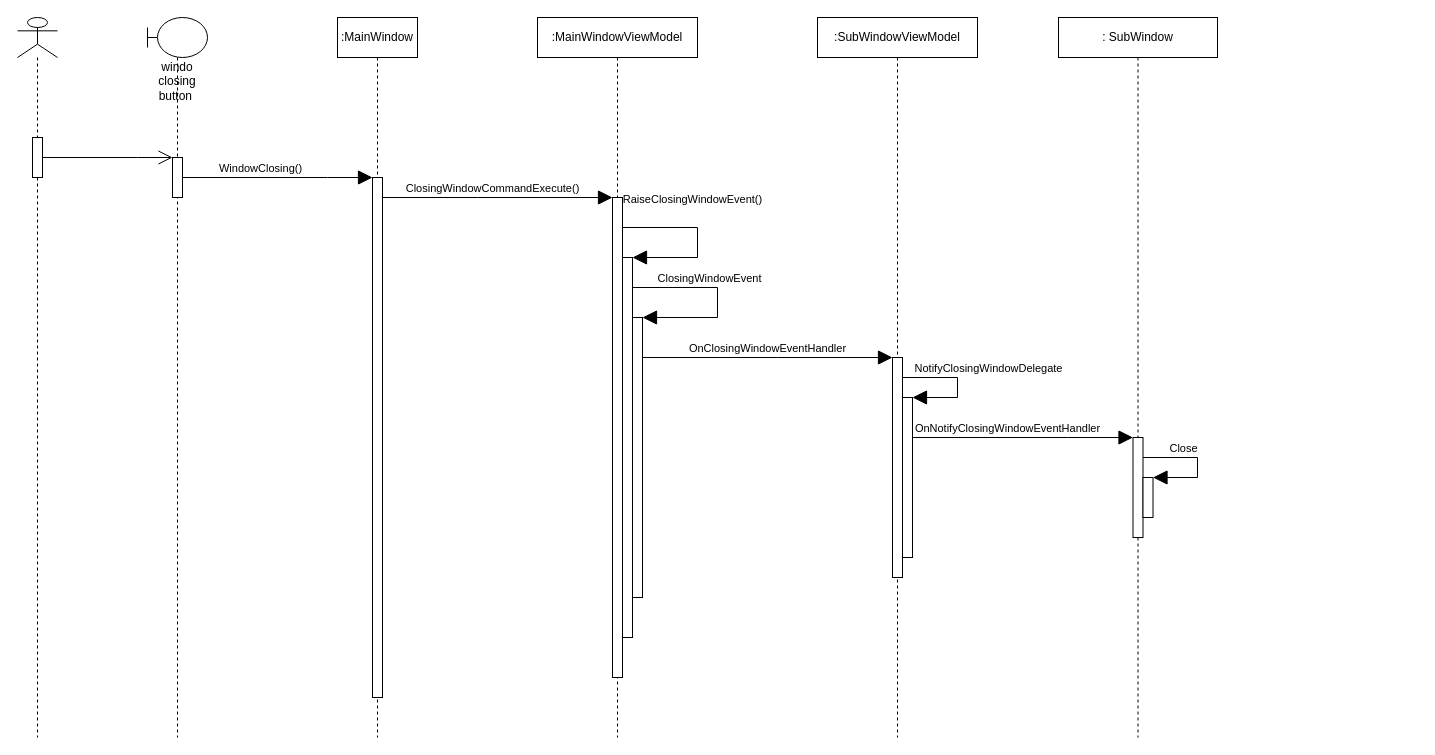
This is WPF_MultiWindow/doc/design_document.drawio from CountrySideEngineer/CsMySamples, a draw.io file, before an edit. Source tidied: cells renumbered, new cells numbered last; positions are measured from the earlier drawing's top-left corner, leaving out a move shared by most shapes. Both pictures are drawn from the tidied source at 100%, with x=0, y=0 at pixel (17, 17).
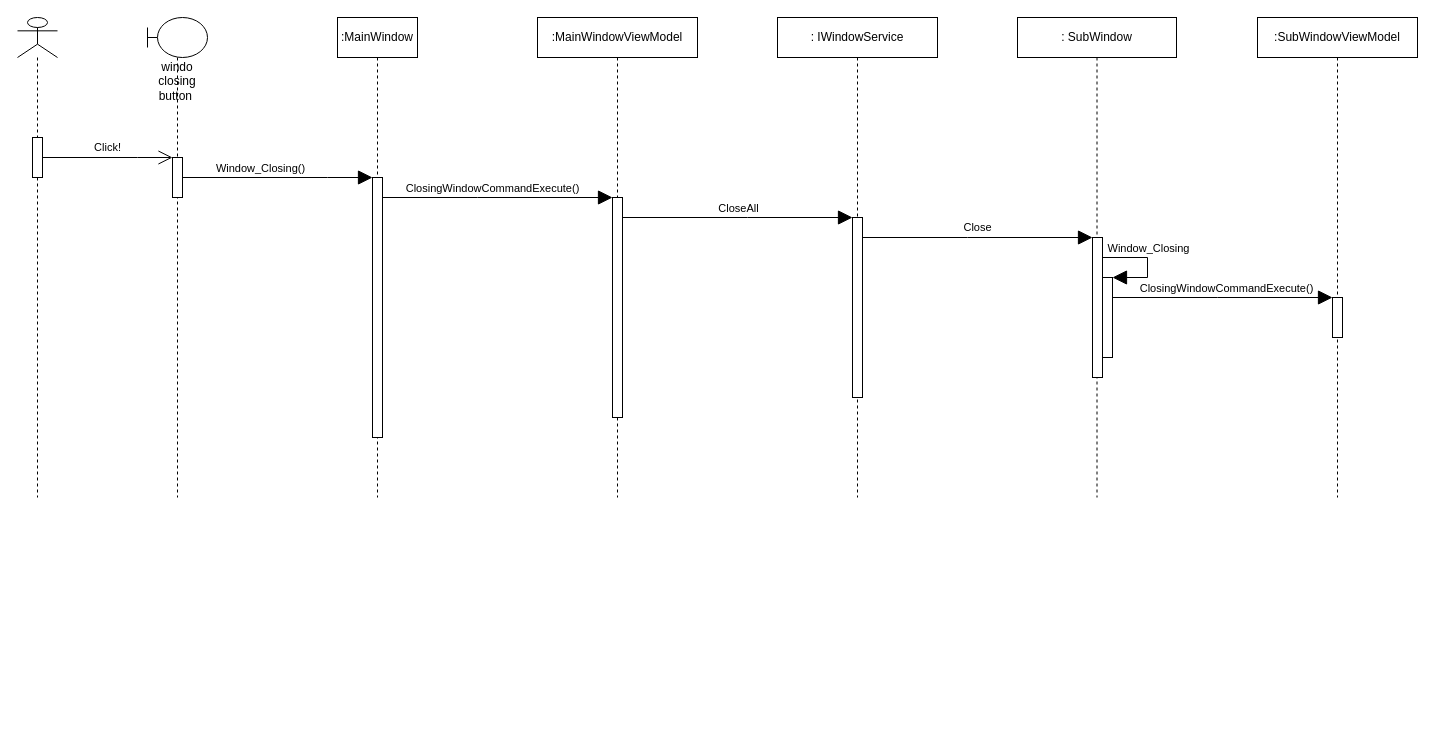
Above is the later version.

Commit message:
Update design document.

Unchanged cells that the change refers to:
```xml
<mxCell id="3" style="html=1;points=[];perimeter=orthogonalPerimeter;" parent="2" vertex="1">
  <mxGeometry x="15" y="120" width="10" height="40" as="geometry" />
</mxCell>
<mxCell id="5" style="html=1;points=[];perimeter=orthogonalPerimeter;" parent="4" vertex="1">
  <mxGeometry x="25" y="140" width="10" height="40" as="geometry" />
</mxCell>
<mxCell id="9" style="edgeStyle=orthogonalEdgeStyle;rounded=0;jettySize=auto;html=1;endArrow=block;endFill=1;endSize=12;" parent="1" edge="1" source="5" target="7">
  <mxGeometry relative="1" as="geometry">
    <Array as="points">
      <mxPoint x="310" y="160" />
      <mxPoint x="310" y="160" />
    </Array>
  </mxGeometry>
</mxCell>
```

Diff of the diagram source:
```diff
@@
     <mxCell id="2" style="shape=umlLifeline;participant=umlActor;perimeter=lifelinePerimeter;whiteSpace=wrap;html=1;verticalAlign=top;spacingTop=36;" parent="1" vertex="1">
-      <mxGeometry width="40" height="720" as="geometry" />
+      <mxGeometry width="40" height="480" as="geometry" />
     </mxCell>
@@
     <mxCell id="4" value="windo closing button&amp;nbsp;" style="shape=umlLifeline;participant=umlBoundary;perimeter=lifelinePerimeter;whiteSpace=wrap;html=1;verticalAlign=top;spacingTop=36;" parent="1" vertex="1">
-      <mxGeometry x="130" width="60" height="720" as="geometry" />
+      <mxGeometry x="130" width="60" height="480" as="geometry" />
     </mxCell>
@@
     <mxCell id="6" value=":MainWindow" style="shape=umlLifeline;perimeter=lifelinePerimeter;whiteSpace=wrap;html=1;" parent="1" vertex="1">
-      <mxGeometry x="320" width="80" height="720" as="geometry" />
+      <mxGeometry x="320" width="80" height="480" as="geometry" />
     </mxCell>
     <mxCell id="7" style="html=1;points=[];perimeter=orthogonalPerimeter;" parent="6" vertex="1">
-      <mxGeometry x="35" y="160" width="10" height="520" as="geometry" />
+      <mxGeometry x="35" y="160" width="10" height="260" as="geometry" />
     </mxCell>
-    <mxCell id="8" style="edgeStyle=orthogonalEdgeStyle;rounded=0;jettySize=auto;html=1;endArrow=open;endFill=0;endSize=12;" parent="1" edge="1" source="3" target="5">
-      <mxGeometry relative="1" as="geometry">
+    <mxCell id="8" value="Click!" style="edgeStyle=orthogonalEdgeStyle;rounded=0;jettySize=auto;html=1;endArrow=open;endFill=0;endSize=12;" parent="1" edge="1" source="3" target="5">
+      <mxGeometry y="10" relative="1" as="geometry">
         <Array as="points">
           <mxPoint x="120" y="140" />
           <mxPoint x="120" y="140" />
         </Array>
       </mxGeometry>
     </mxCell>
@@
-    <mxCell id="10" value="WindowClosing()" style="edgeLabel;html=1;align=center;verticalAlign=middle;" parent="9" vertex="1">
+    <mxCell id="10" value="Window_Closing()" style="edgeLabel;html=1;align=center;verticalAlign=middle;" parent="9" vertex="1">
       <mxGeometry x="-0.19" y="-1" relative="1" as="geometry">
         <mxPoint y="-11" as="offset" />
       </mxGeometry>
     </mxCell>
     <mxCell id="11" value=":MainWindowViewModel" style="shape=umlLifeline;perimeter=lifelinePerimeter;whiteSpace=wrap;html=1;" parent="1" vertex="1">
-      <mxGeometry x="520" width="160" height="720" as="geometry" />
+      <mxGeometry x="520" width="160" height="480" as="geometry" />
     </mxCell>
-    <mxCell id="12" style="edgeStyle=orthogonalEdgeStyle;rounded=0;jettySize=auto;html=1;endArrow=block;endFill=1;endSize=12;" parent="11" edge="1" source="14" target="15">
-      <mxGeometry relative="1" as="geometry">
-        <Array as="points">
-          <mxPoint x="180" y="270" />
-          <mxPoint x="180" y="300" />
-        </Array>
-      </mxGeometry>
-    </mxCell>
-    <mxCell id="13" value="ClosingWindowEvent" style="edgeLabel;html=1;align=center;verticalAlign=middle;" parent="12" vertex="1">
-      <mxGeometry x="-0.4" y="1" relative="1" as="geometry">
-        <mxPoint x="19" y="-9" as="offset" />
-      </mxGeometry>
-    </mxCell>
-    <mxCell id="14" style="html=1;points=[];perimeter=orthogonalPerimeter;" parent="11" vertex="1">
-      <mxGeometry x="85" y="240" width="10" height="380" as="geometry" />
-    </mxCell>
-    <mxCell id="15" style="html=1;points=[];perimeter=orthogonalPerimeter;" parent="11" vertex="1">
-      <mxGeometry x="95" y="300" width="10" height="280" as="geometry" />
-    </mxCell>
     <mxCell id="16" style="html=1;points=[];perimeter=orthogonalPerimeter;" parent="11" vertex="1">
-      <mxGeometry x="75" y="180" width="10" height="480" as="geometry" />
+      <mxGeometry x="75" y="180" width="10" height="220" as="geometry" />
     </mxCell>
-    <mxCell id="17" value="RaiseClosingWindowEvent()" style="edgeStyle=orthogonalEdgeStyle;rounded=0;jettySize=auto;html=1;endArrow=block;endFill=1;endSize=12;" parent="11" edge="1" source="16" target="14">
-      <mxGeometry x="-0.18" y="28" relative="1" as="geometry">
-        <Array as="points">
-          <mxPoint x="160" y="210" />
-          <mxPoint x="160" y="240" />
-        </Array>
-      </mxGeometry>
-    </mxCell>
@@
     <mxCell id="20" value=":SubWindowViewModel" style="shape=umlLifeline;perimeter=lifelinePerimeter;whiteSpace=wrap;html=1;" parent="1" vertex="1">
-      <mxGeometry x="800" width="160" height="720" as="geometry" />
+      <mxGeometry x="1240" width="160" height="480" as="geometry" />
     </mxCell>
-    <mxCell id="21" style="html=1;points=[];perimeter=orthogonalPerimeter;" parent="20" vertex="1">
-      <mxGeometry x="75" y="340" width="10" height="220" as="geometry" />
-    </mxCell>
-    <mxCell id="22" style="html=1;points=[];perimeter=orthogonalPerimeter;" parent="20" vertex="1">
-      <mxGeometry x="85" y="380" width="10" height="160" as="geometry" />
-    </mxCell>
-    <mxCell id="23" style="edgeStyle=orthogonalEdgeStyle;rounded=0;jettySize=auto;html=1;endArrow=block;endFill=1;endSize=12;" parent="20" edge="1" source="21" target="22">
-      <mxGeometry relative="1" as="geometry">
-        <Array as="points">
-          <mxPoint x="140" y="360" />
-          <mxPoint x="140" y="380" />
-        </Array>
-      </mxGeometry>
-    </mxCell>
-    <mxCell id="24" value="NotifyClosingWindowDelegate" style="edgeLabel;html=1;align=center;verticalAlign=middle;" parent="23" vertex="1">
-      <mxGeometry x="-0.33" relative="1" as="geometry">
-        <mxPoint x="45" y="-10" as="offset" />
-      </mxGeometry>
-    </mxCell>
-    <mxCell id="25" style="edgeStyle=orthogonalEdgeStyle;rounded=0;jettySize=auto;html=1;endArrow=block;endFill=1;endSize=12;" parent="1" edge="1" source="15" target="21">
-      <mxGeometry relative="1" as="geometry">
-        <Array as="points">
-          <mxPoint x="760" y="340" />
-          <mxPoint x="760" y="340" />
-        </Array>
-      </mxGeometry>
-    </mxCell>
-    <mxCell id="26" value="OnClosingWindowEventHandler" style="edgeLabel;html=1;align=center;verticalAlign=middle;" parent="25" vertex="1">
-      <mxGeometry x="-0.27" y="-2" relative="1" as="geometry">
-        <mxPoint x="33" y="-12" as="offset" />
-      </mxGeometry>
-    </mxCell>
+    <mxCell id="34" style="html=1;points=[];perimeter=orthogonalPerimeter;" parent="20" vertex="1">
+      <mxGeometry x="75" y="280" width="10" height="40" as="geometry" />
+    </mxCell>
     <mxCell id="27" value=": SubWindow" style="shape=umlLifeline;perimeter=lifelinePerimeter;whiteSpace=wrap;html=1;" parent="1" vertex="1">
-      <mxGeometry x="1041" width="159" height="720" as="geometry" />
+      <mxGeometry x="1000" width="159" height="480" as="geometry" />
     </mxCell>
-    <mxCell id="28" style="edgeStyle=orthogonalEdgeStyle;rounded=0;jettySize=auto;html=1;endArrow=block;endFill=1;endSize=12;" parent="27" edge="1" source="30" target="31">
-      <mxGeometry relative="1" as="geometry">
-        <Array as="points">
-          <mxPoint x="139" y="440" />
-          <mxPoint x="139" y="460" />
-        </Array>
-      </mxGeometry>
-    </mxCell>
+    <mxCell id="35" style="edgeStyle=orthogonalEdgeStyle;rounded=0;jettySize=auto;html=1;endArrow=block;endFill=1;endSize=12;" parent="27" edge="1" source="37" target="38">
+      <mxGeometry relative="1" as="geometry">
+        <Array as="points">
+          <mxPoint x="130" y="240" />
+          <mxPoint x="130" y="260" />
+        </Array>
+      </mxGeometry>
+    </mxCell>
+    <mxCell id="36" value="Window_Closing" style="edgeLabel;html=1;align=center;verticalAlign=middle;" parent="35" vertex="1">
+      <mxGeometry x="-0.3" y="1" relative="1" as="geometry">
+        <mxPoint x="10" y="-9" as="offset" />
+      </mxGeometry>
+    </mxCell>
+    <mxCell id="37" style="html=1;points=[];perimeter=orthogonalPerimeter;" parent="27" vertex="1">
+      <mxGeometry x="75" y="220" width="10" height="140" as="geometry" />
+    </mxCell>
+    <mxCell id="38" style="html=1;points=[];perimeter=orthogonalPerimeter;" parent="27" vertex="1">
+      <mxGeometry x="85" y="260" width="10" height="80" as="geometry" />
+    </mxCell>
+    <mxCell id="39" value=": IWindowService" style="shape=umlLifeline;perimeter=lifelinePerimeter;whiteSpace=wrap;html=1;" parent="1" vertex="1">
+      <mxGeometry x="760" width="160" height="480" as="geometry" />
+    </mxCell>
+    <mxCell id="40" style="html=1;points=[];perimeter=orthogonalPerimeter;" parent="39" vertex="1">
+      <mxGeometry x="75" y="200" width="10" height="180" as="geometry" />
+    </mxCell>
+    <mxCell id="41" style="edgeStyle=orthogonalEdgeStyle;rounded=0;jettySize=auto;html=1;endArrow=block;endFill=1;endSize=12;" parent="1" edge="1" source="16" target="40">
+      <mxGeometry relative="1" as="geometry">
+        <Array as="points">
+          <mxPoint x="730" y="200" />
+          <mxPoint x="730" y="200" />
+        </Array>
+      </mxGeometry>
+    </mxCell>
+    <mxCell id="42" value="CloseAll" style="edgeLabel;html=1;align=center;verticalAlign=middle;" parent="41" vertex="1">
+      <mxGeometry x="-0.24" y="-1" relative="1" as="geometry">
+        <mxPoint x="28" y="-11" as="offset" />
+      </mxGeometry>
+    </mxCell>
-    <mxCell id="29" value="Close" style="edgeLabel;html=1;align=center;verticalAlign=middle;" parent="28" vertex="1">
-      <mxGeometry x="-0.33" y="2" relative="1" as="geometry">
-        <mxPoint y="-8" as="offset" />
+    <mxCell id="29" value="Close" style="edgeStyle=orthogonalEdgeStyle;rounded=0;jettySize=auto;html=1;endArrow=block;endFill=1;endSize=12;" parent="1" edge="1" source="40" target="37">
+      <mxGeometry y="10" relative="1" as="geometry">
+        <Array as="points">
+          <mxPoint x="950" y="220" />
+          <mxPoint x="950" y="220" />
+        </Array>
       </mxGeometry>
     </mxCell>
-    <mxCell id="30" style="html=1;points=[];perimeter=orthogonalPerimeter;" parent="27" vertex="1">
-      <mxGeometry x="74.5" y="420" width="10" height="100" as="geometry" />
-    </mxCell>
-    <mxCell id="31" style="html=1;points=[];perimeter=orthogonalPerimeter;" parent="27" vertex="1">
-      <mxGeometry x="84.5" y="460" width="10" height="40" as="geometry" />
-    </mxCell>
-    <mxCell id="32" style="edgeStyle=orthogonalEdgeStyle;rounded=0;jettySize=auto;html=1;endArrow=block;endFill=1;endSize=12;" parent="1" edge="1" source="22" target="30">
-      <mxGeometry relative="1" as="geometry">
-        <Array as="points">
-          <mxPoint x="1050" y="420" />
-          <mxPoint x="1050" y="420" />
-        </Array>
-      </mxGeometry>
-    </mxCell>
-    <mxCell id="33" value="OnNotifyClosingWindowEventHandler" style="edgeLabel;html=1;align=center;verticalAlign=middle;" parent="32" vertex="1">
-      <mxGeometry x="-0.25" y="-3" relative="1" as="geometry">
-        <mxPoint x="11" y="-13" as="offset" />
-      </mxGeometry>
-    </mxCell>
+    <mxCell id="43" style="edgeStyle=orthogonalEdgeStyle;rounded=0;jettySize=auto;html=1;endArrow=block;endFill=1;endSize=12;" parent="1" edge="1" source="38" target="34">
+      <mxGeometry relative="1" as="geometry">
+        <Array as="points">
+          <mxPoint x="1200" y="280" />
+          <mxPoint x="1200" y="280" />
+        </Array>
+      </mxGeometry>
+    </mxCell>
+    <mxCell id="44" value="ClosingWindowCommandExecute()" style="edgeLabel;html=1;align=center;verticalAlign=middle;" parent="43" vertex="1">
+      <mxGeometry x="-0.62" y="3" relative="1" as="geometry">
+        <mxPoint x="71" y="-7" as="offset" />
+      </mxGeometry>
+    </mxCell>
```
